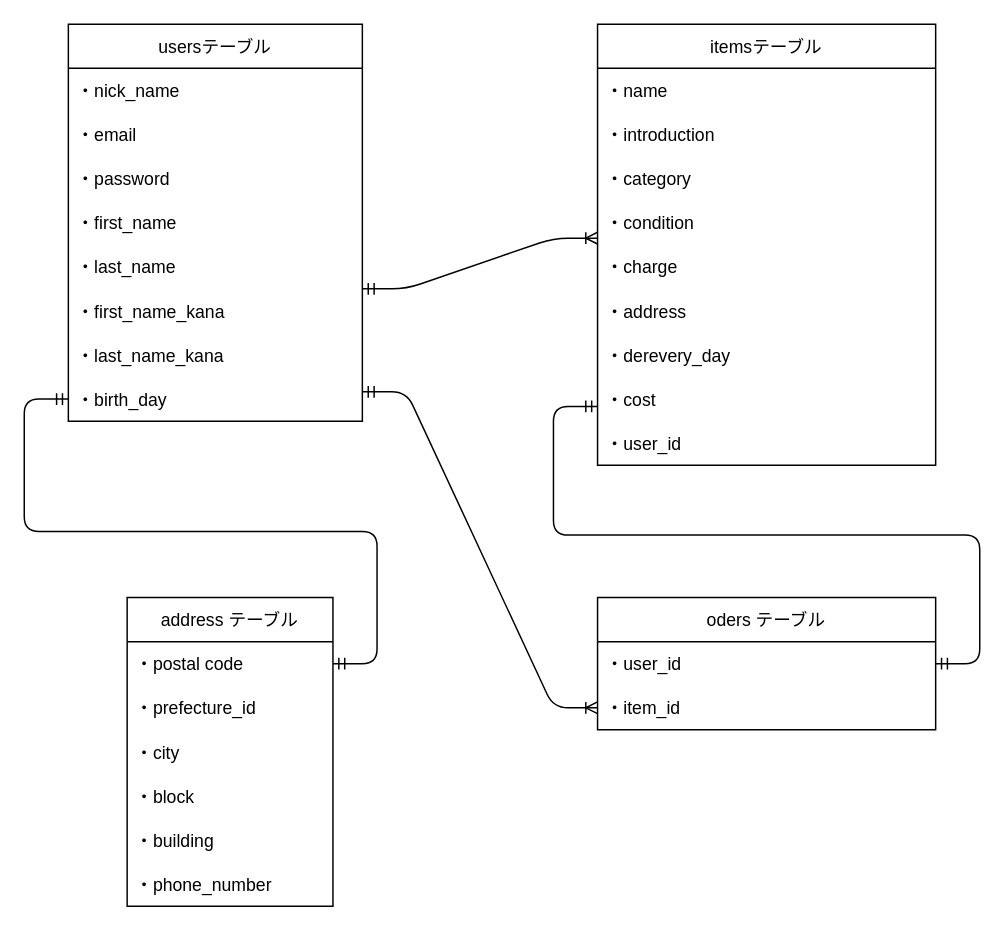
Before: test.dio in pecyanko/furima-38816, a draw.io diagram. Source tidied: cells renumbered, new cells numbered last; positions are measured from the earlier drawing's top-left corner, leaving out a move shared by most shapes. Both pictures are drawn from the tidied source at 147%, with x=0, y=0 at pixel (68, 24).
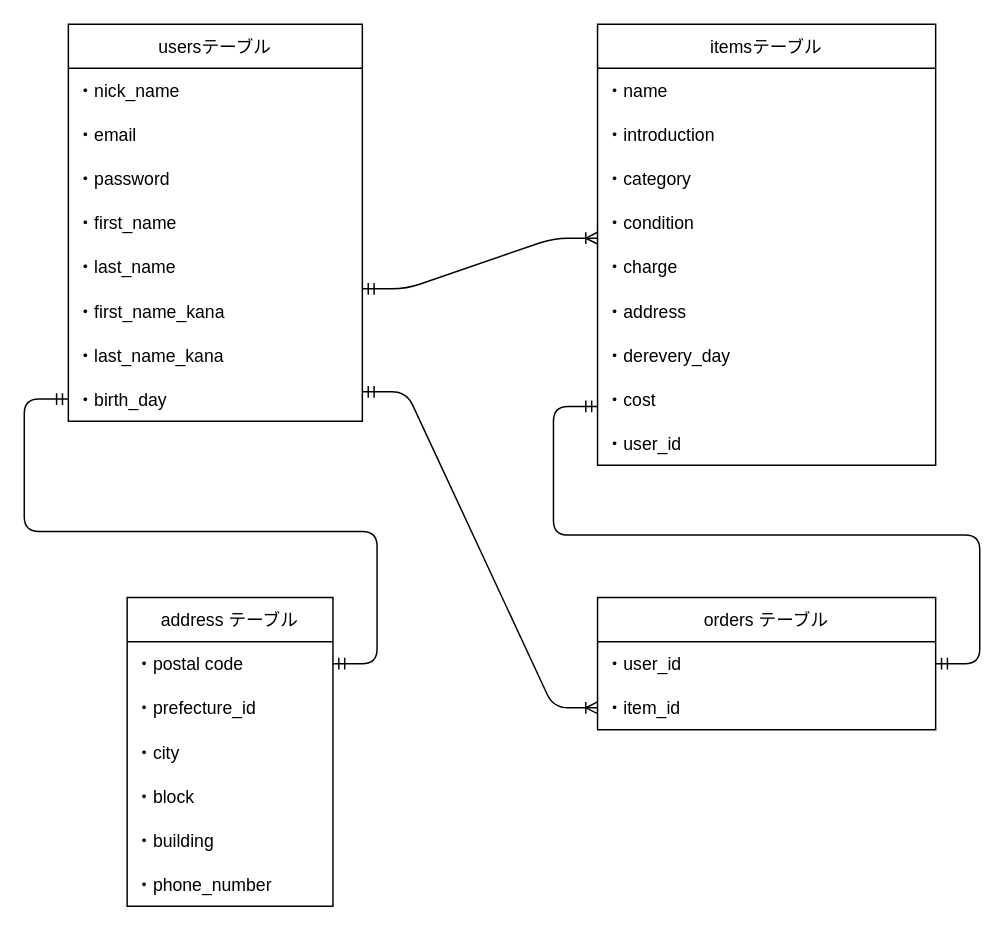
After the change.

Diff of the diagram source:
```diff
@@
-    <mxCell id="28" value="oders テーブル" style="swimlane;fontStyle=0;horizontal=1;startSize=30;" parent="1" vertex="1">
+    <mxCell id="28" value="orders テーブル" style="swimlane;fontStyle=0;horizontal=1;startSize=30;" parent="1" vertex="1">
       <mxGeometry x="360" y="390" width="230" height="90" as="geometry" />
     </mxCell>
```
